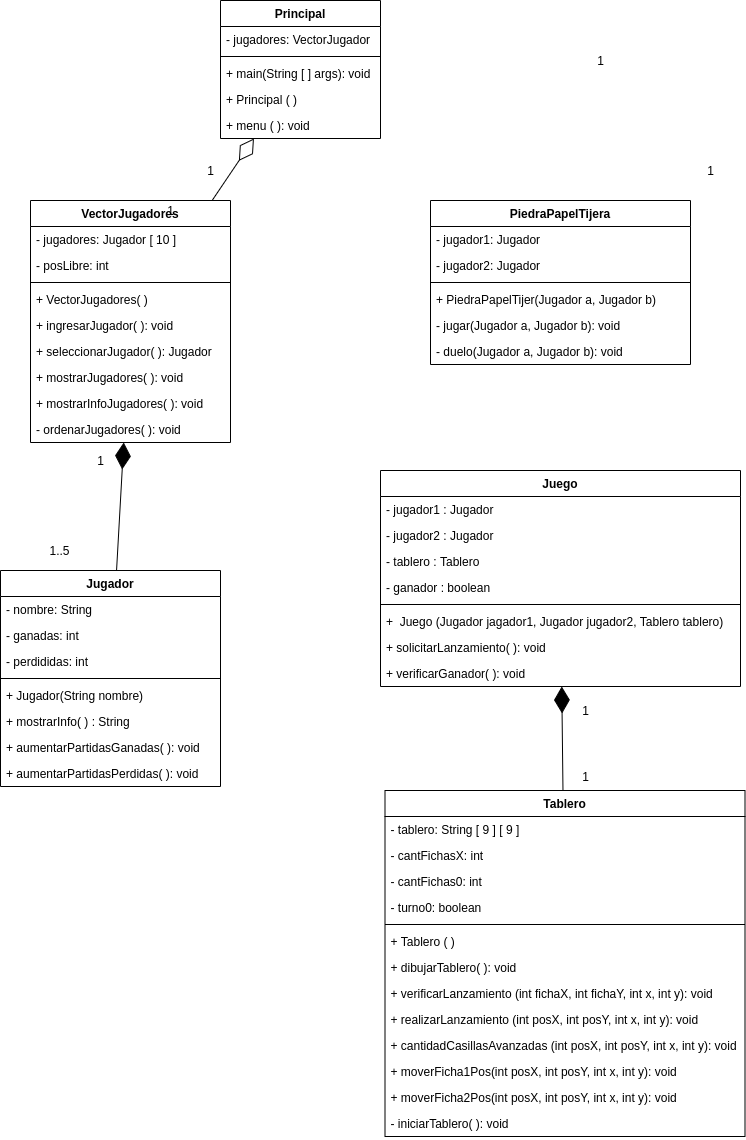
This is Damas.png from Pabloluis10/Damas, a draw.io export, as it was before one commit. Source tidied: cells renumbered, new cells last; positions are measured from the earlier drawing's top-left corner, leaving out a move shared by most shapes.
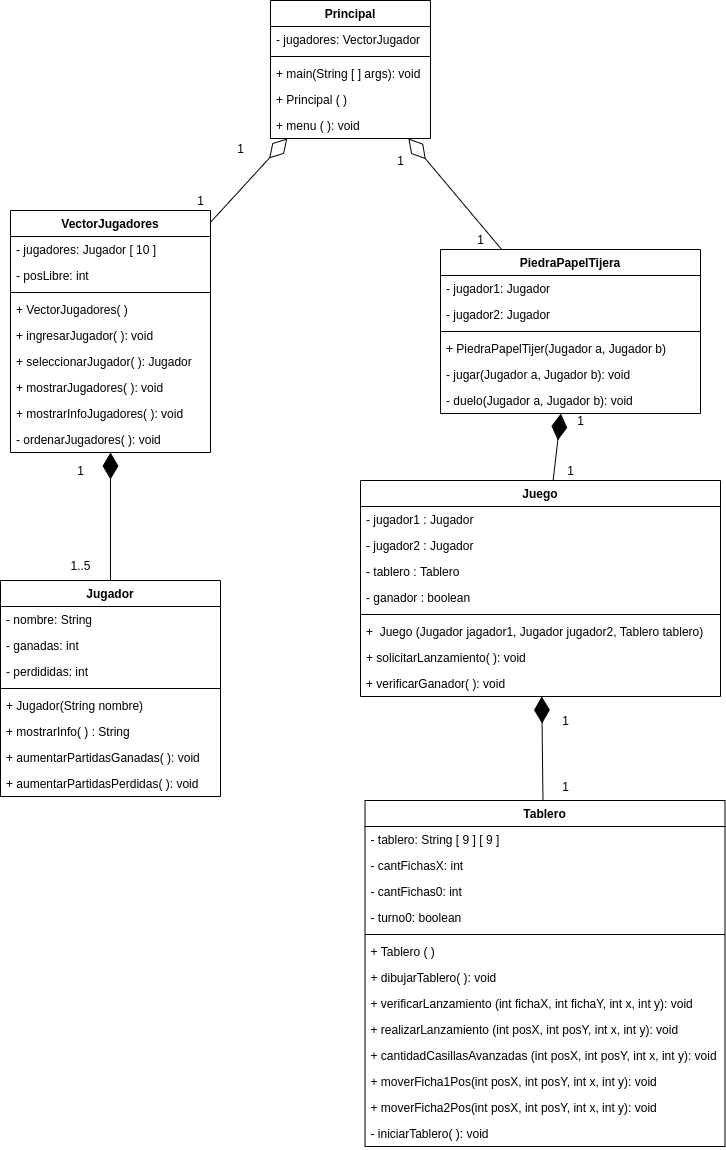
After the commit.

Commit message:
Agregue los getters para PiedraPapelTijer.java

Change to the diagram source:
```diff
@@ -3,7 +3,7 @@
     <mxCell id="0" />
     <mxCell id="1" parent="0" />
     <mxCell id="2" value="Jugador" style="swimlane;fontStyle=1;align=center;verticalAlign=top;horizontal=1;startSize=26;" parent="1" vertex="1">
-      <mxGeometry y="570" width="220" height="216" as="geometry" />
+      <mxGeometry x="20" y="570" width="220" height="216" as="geometry" />
     </mxCell>
     <mxCell id="3" value="- nombre: String" style="text;strokeColor=none;fillColor=none;align=left;verticalAlign=top;spacingLeft=4;spacingRight=4;overflow=hidden;" parent="2" vertex="1">
       <mxGeometry y="26" width="220" height="26" as="geometry" />
@@ -144,10 +144,10 @@
       <mxGeometry x="90" y="450" width="20" height="20" as="geometry" />
     </mxCell>
     <mxCell id="49" value="1..5" style="text;html=1;align=center;verticalAlign=middle;strokeColor=none;" parent="1" vertex="1">
-      <mxGeometry x="39" y="540" width="40" height="20" as="geometry" />
+      <mxGeometry x="80" y="545" width="40" height="20" as="geometry" />
     </mxCell>
     <mxCell id="50" value="Principal" style="swimlane;fontStyle=1;align=center;verticalAlign=top;horizontal=1;startSize=26;" parent="1" vertex="1">
-      <mxGeometry x="220" width="160" height="138" as="geometry" />
+      <mxGeometry x="290" y="-10" width="160" height="138" as="geometry" />
     </mxCell>
     <mxCell id="51" value="- jugadores: VectorJugador" style="text;strokeColor=none;fillColor=none;align=left;verticalAlign=top;spacingLeft=4;spacingRight=4;overflow=hidden;" parent="50" vertex="1">
       <mxGeometry y="26" width="160" height="26" as="geometry" />
@@ -164,23 +164,14 @@
     <mxCell id="55" value="+ menu ( ): void" style="text;strokeColor=none;fillColor=none;align=left;verticalAlign=top;spacingLeft=4;spacingRight=4;overflow=hidden;" parent="50" vertex="1">
       <mxGeometry y="112" width="160" height="26" as="geometry" />
     </mxCell>
-    <mxCell id="56" style="endArrow=diamondThin;endFill=0;endSize=24;html=1;" parent="1" edge="1" source="34" target="50">
-      <mxGeometry relative="1" as="geometry" />
-    </mxCell>
     <mxCell id="57" value="1" style="text;html=1;align=center;verticalAlign=middle;strokeColor=none;" parent="1" vertex="1">
-      <mxGeometry x="590" y="50" width="20" height="20" as="geometry" />
+      <mxGeometry x="490" y="219" width="20" height="20" as="geometry" />
     </mxCell>
-    <mxCell id="58" value="1" style="text;html=1;align=center;verticalAlign=middle;strokeColor=none;" parent="1" vertex="1">
-      <mxGeometry x="700" y="160" width="20" height="20" as="geometry" />
-    </mxCell>
     <mxCell id="59" value="1" style="text;html=1;align=center;verticalAlign=middle;strokeColor=none;" parent="1" vertex="1">
-      <mxGeometry x="200" y="160" width="20" height="20" as="geometry" />
+      <mxGeometry x="210" y="180" width="20" height="20" as="geometry" />
     </mxCell>
-    <mxCell id="60" value="1" style="text;html=1;align=center;verticalAlign=middle;strokeColor=none;" parent="1" vertex="1">
-      <mxGeometry x="160" y="200" width="20" height="20" as="geometry" />
-    </mxCell>
     <mxCell id="61" value="PiedraPapelTijera" style="swimlane;fontStyle=1;align=center;verticalAlign=top;horizontal=1;startSize=26;" parent="1" vertex="1">
-      <mxGeometry x="430" y="200" width="260" height="164" as="geometry" />
+      <mxGeometry x="460" y="239" width="260" height="164" as="geometry" />
     </mxCell>
     <mxCell id="62" value="- jugador1: Jugador" style="text;strokeColor=none;fillColor=none;align=left;verticalAlign=top;spacingLeft=4;spacingRight=4;overflow=hidden;" parent="61" vertex="1">
       <mxGeometry y="26" width="260" height="26" as="geometry" />
@@ -200,5 +191,26 @@
     <mxCell id="67" value="- duelo(Jugador a, Jugador b): void " style="text;strokeColor=none;fillColor=none;align=left;verticalAlign=top;spacingLeft=4;spacingRight=4;overflow=hidden;" parent="61" vertex="1">
       <mxGeometry y="138" width="260" height="26" as="geometry" />
     </mxCell>
+    <mxCell id="56" style="endArrow=diamondThin;endFill=0;endSize=24;html=1;" parent="1" edge="1" source="34" target="50">
+      <mxGeometry relative="1" as="geometry" />
+    </mxCell>
+    <mxCell id="68" value="1" style="text;html=1;align=center;verticalAlign=middle;strokeColor=none;" parent="1" vertex="1">
+      <mxGeometry x="250" y="128" width="20" height="20" as="geometry" />
+    </mxCell>
+    <mxCell id="69" style="endArrow=diamondThin;endFill=0;endSize=24;html=1;startArrow=none;" parent="1" edge="1" source="61" target="50">
+      <mxGeometry relative="1" as="geometry" />
+    </mxCell>
+    <mxCell id="70" value="1" style="text;html=1;align=center;verticalAlign=middle;strokeColor=none;" parent="1" vertex="1">
+      <mxGeometry x="410" y="140" width="20" height="20" as="geometry" />
+    </mxCell>
+    <mxCell id="71" style="endArrow=diamondThin;endFill=1;endSize=24;html=1;" parent="1" edge="1" source="25" target="61">
+      <mxGeometry relative="1" as="geometry" />
+    </mxCell>
+    <mxCell id="72" value="1" style="text;html=1;align=center;verticalAlign=middle;strokeColor=none;" parent="1" vertex="1">
+      <mxGeometry x="580" y="450" width="20" height="20" as="geometry" />
+    </mxCell>
+    <mxCell id="73" value="1" style="text;html=1;align=center;verticalAlign=middle;strokeColor=none;" parent="1" vertex="1">
+      <mxGeometry x="590" y="400" width="20" height="20" as="geometry" />
+    </mxCell>
   </root>
 </mxGraphModel>
```
